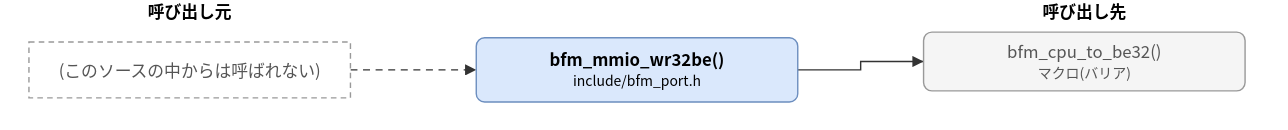
hf355051012-ai/bfmem keeps this draw.io diagram as doc/spec/images/call_include_bfm_port-bfm_mmio_wr32be.drawio.svg. Above is the earlier version. Source tidied: cells renumbered, new cells last; positions are measured from the earlier drawing's top-left corner, leaving out a move shared by most shapes. Its diagram source:
```xml
<mxGraphModel>
  <root>
    <mxCell id="0" />
    <mxCell id="1" parent="0" />
    <mxCell id="2" value="bfm_mmio_wr32be()&lt;br&gt;&lt;font style=&quot;font-size:10px&quot;&gt;include/bfm_port.h&lt;/font&gt;" style="rounded=1;whiteSpace=wrap;html=1;fillColor=#dae8fc;strokeColor=#6c8ebf;fontStyle=1;" parent="1" vertex="1">
      <mxGeometry x="320" y="27" width="230" height="46" as="geometry" />
    </mxCell>
    <mxCell id="3" value="bfm_cpu_to_be32()&lt;br&gt;&lt;font style=&quot;font-size:10px&quot;&gt;マクロ(バリア)&lt;/font&gt;" style="rounded=1;whiteSpace=wrap;html=1;fillColor=#f5f5f5;strokeColor=#999999;fontColor=#555555;" parent="1" vertex="1">
      <mxGeometry x="640" y="23" width="230" height="42" as="geometry" />
    </mxCell>
    <mxCell id="4" value="(このソースの中からは呼ばれない)" style="rounded=0;whiteSpace=wrap;html=1;dashed=1;strokeColor=#999999;fontColor=#555555;dashed=1;" parent="1" vertex="1">
      <mxGeometry y="30" width="230" height="40" as="geometry" />
    </mxCell>
    <mxCell id="5" style="edgeStyle=none;html=1;rounded=0;endArrow=block;endFill=1;exitX=1.0000;exitY=0.5000;exitDx=0;exitDy=0;exitPerimeter=0;entryX=0.0000;entryY=0.5000;entryDx=0;entryDy=0;entryPerimeter=0;" parent="1" edge="1" source="2" target="3">
      <mxGeometry relative="1" as="geometry">
        <Array as="points">
          <mxPoint x="595" y="50" />
          <mxPoint x="595" y="44" />
        </Array>
      </mxGeometry>
    </mxCell>
    <mxCell id="6" style="edgeStyle=none;html=1;rounded=0;endArrow=block;endFill=1;exitX=1.0000;exitY=0.5000;exitDx=0;exitDy=0;exitPerimeter=0;entryX=0.0000;entryY=0.5000;entryDx=0;entryDy=0;entryPerimeter=0;dashed=1;" parent="1" edge="1" source="4" target="2">
      <mxGeometry relative="1" as="geometry" />
    </mxCell>
    <mxCell id="7" value="呼び出し元" style="text;html=1;align=center;fontStyle=1;" parent="1" vertex="1">
      <mxGeometry x="35" width="160" height="18" as="geometry" />
    </mxCell>
    <mxCell id="8" value="呼び出し先" style="text;html=1;align=center;fontStyle=1;" parent="1" vertex="1">
      <mxGeometry x="675" width="160" height="18" as="geometry" />
    </mxCell>
  </root>
</mxGraphModel>
```
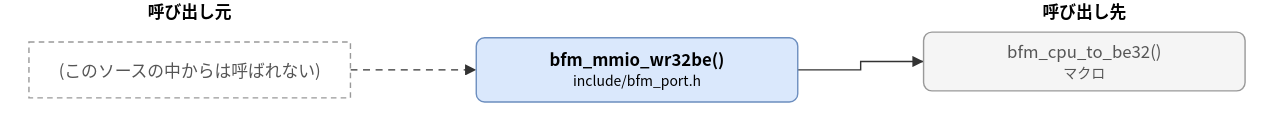
The same diagram one commit later.

The edit, as a diff of the source:
```diff
@@ -5,7 +5,7 @@
     <mxCell id="2" value="bfm_mmio_wr32be()&lt;br&gt;&lt;font style=&quot;font-size:10px&quot;&gt;include/bfm_port.h&lt;/font&gt;" style="rounded=1;whiteSpace=wrap;html=1;fillColor=#dae8fc;strokeColor=#6c8ebf;fontStyle=1;" parent="1" vertex="1">
       <mxGeometry x="320" y="27" width="230" height="46" as="geometry" />
     </mxCell>
-    <mxCell id="3" value="bfm_cpu_to_be32()&lt;br&gt;&lt;font style=&quot;font-size:10px&quot;&gt;マクロ(バリア)&lt;/font&gt;" style="rounded=1;whiteSpace=wrap;html=1;fillColor=#f5f5f5;strokeColor=#999999;fontColor=#555555;" parent="1" vertex="1">
+    <mxCell id="3" value="bfm_cpu_to_be32()&lt;br&gt;&lt;font style=&quot;font-size:10px&quot;&gt;マクロ&lt;/font&gt;" style="rounded=1;whiteSpace=wrap;html=1;fillColor=#f5f5f5;strokeColor=#999999;fontColor=#555555;" parent="1" vertex="1">
       <mxGeometry x="640" y="23" width="230" height="42" as="geometry" />
     </mxCell>
     <mxCell id="4" value="(このソースの中からは呼ばれない)" style="rounded=0;whiteSpace=wrap;html=1;dashed=1;strokeColor=#999999;fontColor=#555555;dashed=1;" parent="1" vertex="1">
```
